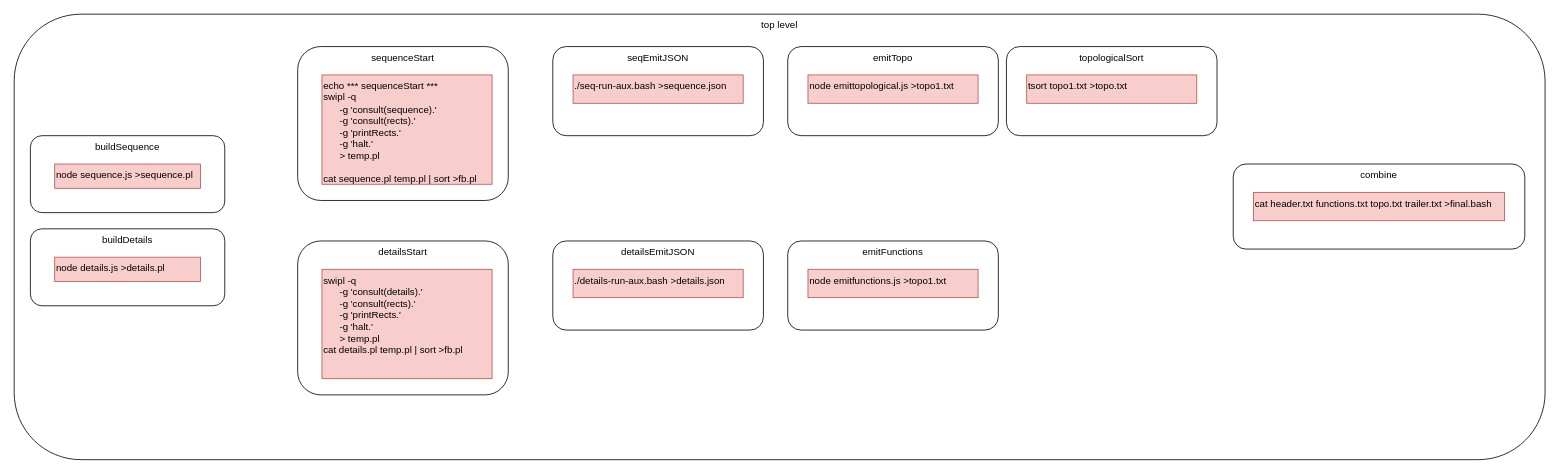
Above: guitarvydas/detailsdogfood.drawio in guitarvydas/jam0001 (draw.io), before the change. Source tidied: cells renumbered, new cells numbered last; positions are measured from the earlier drawing's top-left corner, leaving out a move shared by most shapes. Both pictures are drawn from the tidied source at 81%, with x=0, y=0 at pixel (14, 14).
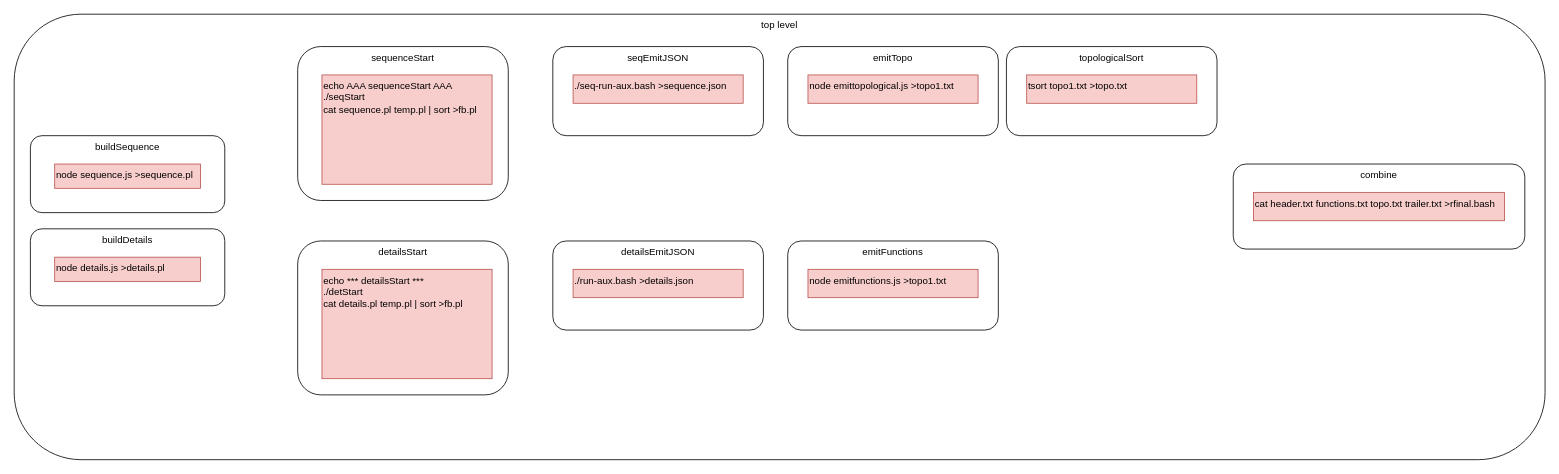
The same diagram, later.

Diff of the diagram source:
```diff
@@
-    <mxCell id="4" value="&lt;div&gt;&lt;div&gt;echo *** sequenceStart ***&lt;/div&gt;&lt;div&gt;swipl -q&lt;/div&gt;&lt;div&gt;&amp;nbsp; &amp;nbsp; &amp;nbsp; -g 'consult(sequence).'&amp;nbsp;&lt;/div&gt;&lt;div&gt;&amp;nbsp; &amp;nbsp; &amp;nbsp; -g 'consult(rects).'&amp;nbsp;&lt;/div&gt;&lt;div&gt;&amp;nbsp; &amp;nbsp; &amp;nbsp; -g 'printRects.'&amp;nbsp;&lt;/div&gt;&lt;div&gt;&amp;nbsp; &amp;nbsp; &amp;nbsp; -g 'halt.'&amp;nbsp;&lt;/div&gt;&lt;div&gt;&amp;nbsp; &amp;nbsp; &amp;nbsp; &amp;gt; temp.pl&lt;/div&gt;&lt;div&gt;&lt;br&gt;&lt;/div&gt;&lt;div&gt;&lt;span&gt;cat sequence.pl temp.pl | sort &amp;gt;fb.pl&lt;/span&gt;&lt;br&gt;&lt;/div&gt;&lt;/div&gt;&lt;div&gt;&lt;br&gt;&lt;/div&gt;" style="rounded=0;whiteSpace=wrap;html=1;align=left;fillColor=#f8cecc;strokeColor=#b85450;verticalAlign=top;" parent="1" vertex="1">
+    <mxCell id="4" value="&lt;div&gt;&lt;div&gt;echo AAA sequenceStart AAA&lt;/div&gt;&lt;div&gt;./seqStart&lt;/div&gt;&lt;div&gt;&lt;span&gt;cat sequence.pl temp.pl | sort &amp;gt;fb.pl&lt;/span&gt;&lt;br&gt;&lt;/div&gt;&lt;/div&gt;&lt;div&gt;&lt;br&gt;&lt;/div&gt;" style="rounded=0;whiteSpace=wrap;html=1;align=left;fillColor=#f8cecc;strokeColor=#b85450;verticalAlign=top;" parent="1" vertex="1">
       <mxGeometry x="380" y="75" width="210" height="135" as="geometry" />
     </mxCell>
@@
-    <mxCell id="16" value="&lt;div&gt;&lt;div&gt;swipl -q&lt;/div&gt;&lt;div&gt;&amp;nbsp; &amp;nbsp; &amp;nbsp; -g 'consult(details).'&amp;nbsp;&lt;/div&gt;&lt;div&gt;&lt;span&gt;&amp;nbsp; &amp;nbsp; &amp;nbsp; -g 'consult(rects).'&amp;nbsp;&lt;/span&gt;&lt;/div&gt;&lt;div&gt;&amp;nbsp; &amp;nbsp; &amp;nbsp; -g 'printRects.'&amp;nbsp;&lt;/div&gt;&lt;div&gt;&amp;nbsp; &amp;nbsp; &amp;nbsp; -g 'halt.'&amp;nbsp;&lt;/div&gt;&lt;div&gt;&amp;nbsp; &amp;nbsp; &amp;nbsp; &amp;gt; temp.pl&lt;/div&gt;&lt;div&gt;&lt;span&gt;cat details.pl temp.pl | sort &amp;gt;fb.pl&lt;/span&gt;&lt;br&gt;&lt;/div&gt;&lt;/div&gt;&lt;div&gt;&lt;br&gt;&lt;/div&gt;" style="rounded=0;whiteSpace=wrap;html=1;align=left;fillColor=#f8cecc;strokeColor=#b85450;verticalAlign=top;" parent="1" vertex="1">
+    <mxCell id="16" value="&lt;div&gt;&lt;div&gt;echo *** detailsStart ***&lt;/div&gt;&lt;div&gt;&lt;span&gt;./detStart&lt;/span&gt;&lt;/div&gt;&lt;div&gt;&lt;span&gt;cat details.pl temp.pl | sort &amp;gt;fb.pl&lt;/span&gt;&lt;/div&gt;&lt;/div&gt;&lt;div&gt;&lt;br&gt;&lt;/div&gt;" style="rounded=0;whiteSpace=wrap;html=1;align=left;fillColor=#f8cecc;strokeColor=#b85450;verticalAlign=top;" parent="1" vertex="1">
       <mxGeometry x="380" y="315" width="210" height="135" as="geometry" />
     </mxCell>
@@
-    <mxCell id="18" value="&lt;div&gt;&lt;div&gt;&lt;div&gt;./details-run-aux.bash &amp;gt;details.json&lt;/div&gt;&lt;/div&gt;&lt;/div&gt;&lt;div&gt;&lt;br&gt;&lt;/div&gt;" style="rounded=0;whiteSpace=wrap;html=1;align=left;fillColor=#f8cecc;strokeColor=#b85450;verticalAlign=top;" parent="1" vertex="1">
+    <mxCell id="18" value="&lt;div&gt;&lt;div&gt;&lt;div&gt;./run-aux.bash &amp;gt;details.json&lt;/div&gt;&lt;/div&gt;&lt;/div&gt;&lt;div&gt;&lt;br&gt;&lt;/div&gt;" style="rounded=0;whiteSpace=wrap;html=1;align=left;fillColor=#f8cecc;strokeColor=#b85450;verticalAlign=top;" parent="1" vertex="1">
       <mxGeometry x="690" y="315" width="210" height="35" as="geometry" />
     </mxCell>
@@
-    <mxCell id="22" value="&lt;div&gt;&lt;div&gt;&lt;div&gt;cat header.txt functions.txt topo.txt trailer.txt &amp;gt;final.bash&lt;/div&gt;&lt;/div&gt;&lt;/div&gt;&lt;div&gt;&lt;br&gt;&lt;/div&gt;" style="rounded=0;whiteSpace=wrap;html=1;align=left;fillColor=#f8cecc;strokeColor=#b85450;verticalAlign=top;" parent="1" vertex="1">
+    <mxCell id="22" value="&lt;div&gt;&lt;div&gt;&lt;div&gt;cat header.txt functions.txt topo.txt trailer.txt &amp;gt;rfinal.bash&lt;/div&gt;&lt;/div&gt;&lt;/div&gt;" style="rounded=0;whiteSpace=wrap;html=1;align=left;fillColor=#f8cecc;strokeColor=#b85450;verticalAlign=top;" parent="1" vertex="1">
       <mxGeometry x="1530" y="220" width="310" height="35" as="geometry" />
     </mxCell>
```
